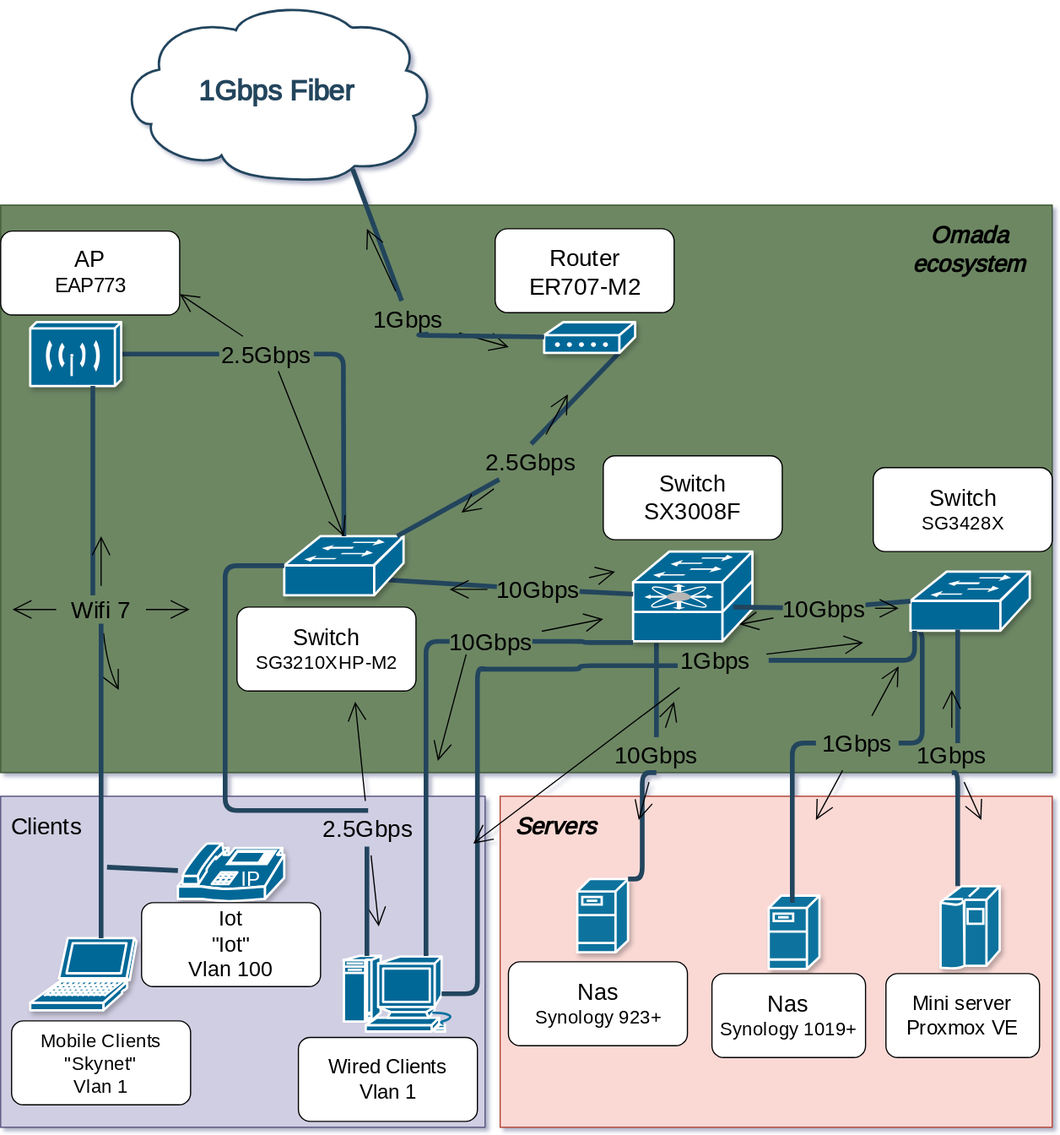
Above: homelab.svg in TimJvandenBerg/homelab (draw.io), before the change. Source tidied: cells renumbered, new cells last; positions are measured from the earlier drawing's top-left corner, leaving out a move shared by most shapes.
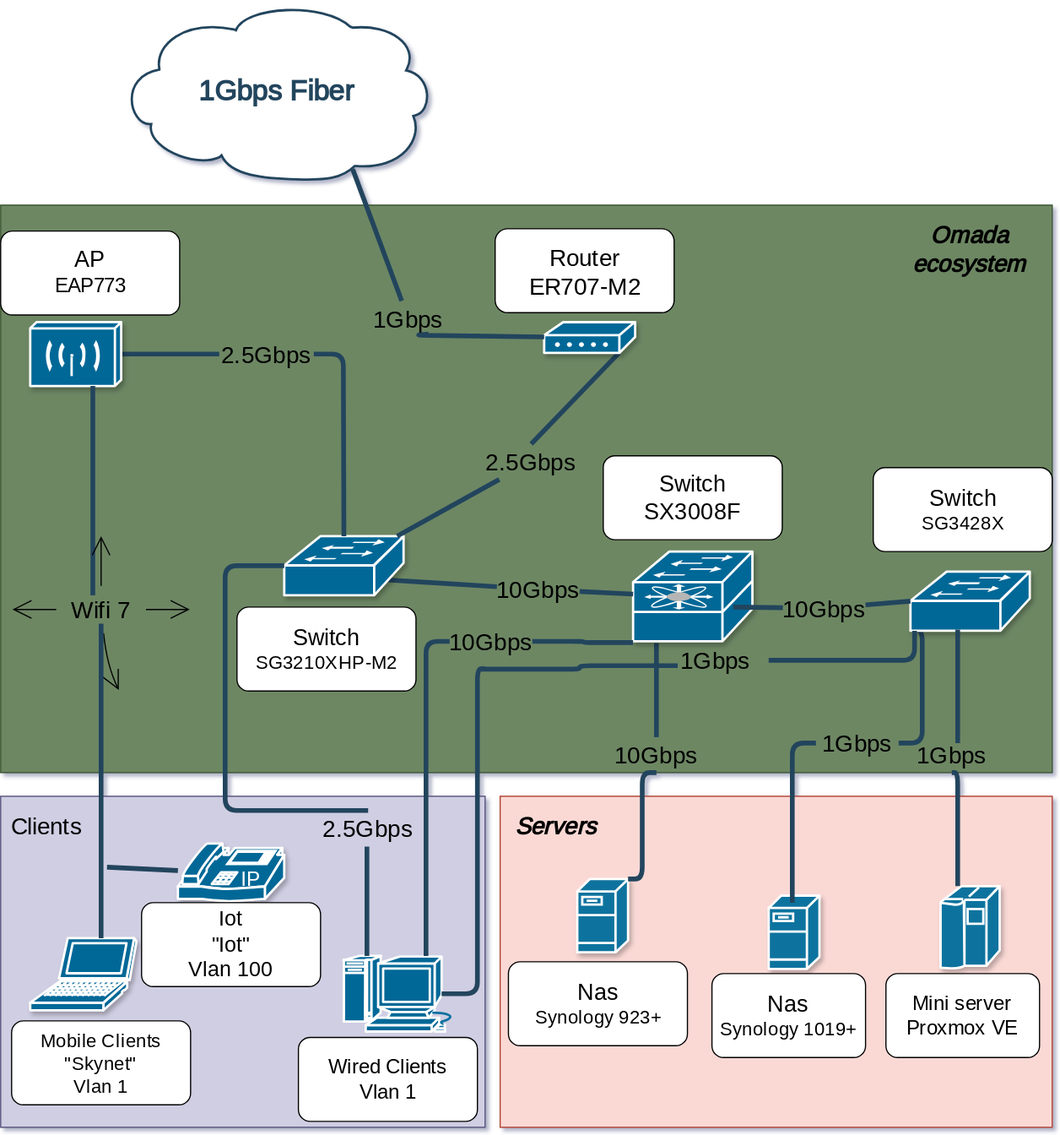
After the change.

The edit, as a diff of the source:
```diff
@@ -70,32 +70,12 @@
     <mxCell id="20" style="elbow=horizontal;endArrow=none;html=1;strokeColor=#23445D;endFill=0;strokeWidth=4;rounded=1;" parent="1" edge="1" source="17" target="23">
       <mxGeometry relative="1" as="geometry" />
     </mxCell>
-    <mxCell id="21" style="edgeStyle=none;curved=1;rounded=0;jettySize=auto;html=1;fontFamily=Architects Daughter;fontSource=https%3A%2F%2Ffonts.googleapis.com%2Fcss%3Ffamily%3DArchitects%2BDaughter;fontSize=16;startSize=14;endArrow=open;endSize=14;sourcePerimeterSpacing=8;targetPerimeterSpacing=8;" parent="1" edge="1" source="23">
-      <mxGeometry relative="1" as="geometry">
-        <mxPoint x="520" y="482" as="targetPoint" />
-      </mxGeometry>
-    </mxCell>
-    <mxCell id="22" style="edgeStyle=none;curved=1;rounded=0;jettySize=auto;html=1;fontFamily=Architects Daughter;fontSource=https%3A%2F%2Ffonts.googleapis.com%2Fcss%3Ffamily%3DArchitects%2BDaughter;fontSize=16;startSize=14;endArrow=open;endSize=14;sourcePerimeterSpacing=8;targetPerimeterSpacing=8;" parent="1" edge="1" source="23">
-      <mxGeometry relative="1" as="geometry">
-        <mxPoint x="380" y="497" as="targetPoint" />
-      </mxGeometry>
-    </mxCell>
     <mxCell id="23" value="&lt;div&gt;10Gbps&lt;/div&gt;" style="text;strokeColor=none;fillColor=none;html=1;align=center;verticalAlign=middle;whiteSpace=wrap;rounded=0;fontSize=20;fontFamily=Architects Daughter;fontSource=https%3A%2F%2Ffonts.googleapis.com%2Fcss%3Ffamily%3DArchitects%2BDaughter;" parent="1" vertex="1">
       <mxGeometry x="420" y="482" width="70" height="30" as="geometry" />
     </mxCell>
     <mxCell id="24" style="elbow=horizontal;endArrow=none;html=1;strokeColor=#23445D;endFill=0;strokeWidth=4;rounded=1;" parent="1" edge="1" source="19" target="27">
       <mxGeometry relative="1" as="geometry" />
     </mxCell>
-    <mxCell id="25" style="edgeStyle=none;curved=1;rounded=0;jettySize=auto;html=1;fontFamily=Architects Daughter;fontSource=https%3A%2F%2Ffonts.googleapis.com%2Fcss%3Ffamily%3DArchitects%2BDaughter;fontSize=16;startSize=14;endArrow=open;endSize=14;sourcePerimeterSpacing=8;targetPerimeterSpacing=8;" parent="1" edge="1" source="27">
-      <mxGeometry relative="1" as="geometry">
-        <mxPoint x="390" y="432" as="targetPoint" />
-      </mxGeometry>
-    </mxCell>
-    <mxCell id="26" style="edgeStyle=none;curved=1;rounded=0;jettySize=auto;html=1;fontFamily=Architects Daughter;fontSource=https%3A%2F%2Ffonts.googleapis.com%2Fcss%3Ffamily%3DArchitects%2BDaughter;fontSize=16;startSize=14;endArrow=open;endSize=14;sourcePerimeterSpacing=8;targetPerimeterSpacing=8;" parent="1" edge="1" source="27">
-      <mxGeometry relative="1" as="geometry">
-        <mxPoint x="480" y="332" as="targetPoint" />
-      </mxGeometry>
-    </mxCell>
     <mxCell id="27" value="2.5Gbps" style="text;strokeColor=none;fillColor=none;html=1;align=center;verticalAlign=middle;whiteSpace=wrap;rounded=0;fontSize=20;fontFamily=Architects Daughter;fontSource=https%3A%2F%2Ffonts.googleapis.com%2Fcss%3Ffamily%3DArchitects%2BDaughter;" parent="1" vertex="1">
       <mxGeometry x="419" y="374" width="60" height="30" as="geometry" />
     </mxCell>
@@ -115,12 +95,6 @@
         </Array>
       </mxGeometry>
     </mxCell>
-    <mxCell id="32" style="edgeStyle=none;curved=1;rounded=0;jettySize=auto;html=1;fontFamily=Architects Daughter;fontSource=https%3A%2F%2Ffonts.googleapis.com%2Fcss%3Ffamily%3DArchitects%2BDaughter;fontSize=16;startSize=14;endArrow=open;endSize=14;sourcePerimeterSpacing=8;targetPerimeterSpacing=8;exitX=0.625;exitY=0.983;exitDx=0;exitDy=0;exitPerimeter=0;entryX=0.5;entryY=0;entryDx=0;entryDy=0;entryPerimeter=0;" parent="1" edge="1" source="34" target="19">
-      <mxGeometry relative="1" as="geometry" />
-    </mxCell>
-    <mxCell id="33" style="edgeStyle=none;curved=1;rounded=0;jettySize=auto;html=1;fontFamily=Architects Daughter;fontSource=https%3A%2F%2Ffonts.googleapis.com%2Fcss%3Ffamily%3DArchitects%2BDaughter;fontSize=16;startSize=14;endArrow=open;endSize=14;sourcePerimeterSpacing=8;targetPerimeterSpacing=8;entryX=1;entryY=0.75;entryDx=0;entryDy=0;exitX=0.25;exitY=0;exitDx=0;exitDy=0;" parent="1" edge="1" source="34" target="30">
-      <mxGeometry relative="1" as="geometry" />
-    </mxCell>
     <mxCell id="34" value="&lt;div&gt;2.5Gbps&lt;/div&gt;" style="text;strokeColor=none;fillColor=none;html=1;align=center;verticalAlign=middle;whiteSpace=wrap;rounded=0;fontSize=20;fontFamily=Architects Daughter;fontSource=https%3A%2F%2Ffonts.googleapis.com%2Fcss%3Ffamily%3DArchitects%2BDaughter;" parent="1" vertex="1">
       <mxGeometry x="185" y="283" width="80" height="30" as="geometry" />
     </mxCell>
@@ -141,27 +115,12 @@
     <mxCell id="39" style="elbow=horizontal;endArrow=none;html=1;strokeColor=#23445D;endFill=0;strokeWidth=4;rounded=1;exitX=0;exitY=0.5;exitDx=0;exitDy=0;exitPerimeter=0;" parent="1" edge="1" source="36" target="41">
       <mxGeometry relative="1" as="geometry" />
     </mxCell>
-    <mxCell id="40" style="edgeStyle=none;curved=1;rounded=0;jettySize=auto;html=1;fontFamily=Architects Daughter;fontSource=https%3A%2F%2Ffonts.googleapis.com%2Fcss%3Ffamily%3DArchitects%2BDaughter;fontSize=16;startSize=14;endArrow=open;endSize=14;sourcePerimeterSpacing=8;targetPerimeterSpacing=8;" parent="1" edge="1" source="41">
-      <mxGeometry relative="1" as="geometry">
-        <mxPoint x="760" y="513" as="targetPoint" />
-      </mxGeometry>
-    </mxCell>
     <mxCell id="41" value="&lt;div&gt;10Gbps&lt;/div&gt;" style="text;strokeColor=none;fillColor=none;html=1;align=center;verticalAlign=middle;whiteSpace=wrap;rounded=0;fontSize=20;fontFamily=Architects Daughter;fontSource=https%3A%2F%2Ffonts.googleapis.com%2Fcss%3Ffamily%3DArchitects%2BDaughter;" parent="1" vertex="1">
       <mxGeometry x="662" y="498" width="70" height="30" as="geometry" />
     </mxCell>
     <mxCell id="42" style="edgeStyle=elbowEdgeStyle;elbow=horizontal;endArrow=none;html=1;strokeColor=#23445D;endFill=0;strokeWidth=4;rounded=1;entryX=0.5;entryY=1;entryDx=0;entryDy=0;exitX=1;exitY=0;exitDx=0;exitDy=0;exitPerimeter=0;" parent="1" edge="1" source="4" target="45">
       <mxGeometry relative="1" as="geometry" />
     </mxCell>
-    <mxCell id="43" style="edgeStyle=none;curved=1;rounded=0;jettySize=auto;html=1;fontFamily=Architects Daughter;fontSource=https%3A%2F%2Ffonts.googleapis.com%2Fcss%3Ffamily%3DArchitects%2BDaughter;fontSize=16;startSize=14;endArrow=open;endSize=14;sourcePerimeterSpacing=8;targetPerimeterSpacing=8;" parent="1" edge="1" source="45">
-      <mxGeometry relative="1" as="geometry">
-        <mxPoint x="570" y="592" as="targetPoint" />
-      </mxGeometry>
-    </mxCell>
-    <mxCell id="44" style="edgeStyle=none;curved=1;rounded=0;jettySize=auto;html=1;fontFamily=Architects Daughter;fontSource=https%3A%2F%2Ffonts.googleapis.com%2Fcss%3Ffamily%3DArchitects%2BDaughter;fontSize=16;startSize=14;endArrow=open;endSize=14;sourcePerimeterSpacing=8;targetPerimeterSpacing=8;" parent="1" edge="1" source="45">
-      <mxGeometry relative="1" as="geometry">
-        <mxPoint x="540" y="692" as="targetPoint" />
-      </mxGeometry>
-    </mxCell>
     <mxCell id="45" value="&lt;div&gt;10Gbps&lt;/div&gt;" style="text;strokeColor=none;fillColor=none;html=1;align=center;verticalAlign=middle;whiteSpace=wrap;rounded=0;fontSize=20;fontFamily=Architects Daughter;fontSource=https%3A%2F%2Ffonts.googleapis.com%2Fcss%3Ffamily%3DArchitects%2BDaughter;" parent="1" vertex="1">
       <mxGeometry x="520" y="622" width="70" height="30" as="geometry" />
     </mxCell>
@@ -174,16 +133,6 @@
         </Array>
       </mxGeometry>
     </mxCell>
-    <mxCell id="47" style="edgeStyle=none;curved=1;rounded=0;jettySize=auto;html=1;fontFamily=Architects Daughter;fontSource=https%3A%2F%2Ffonts.googleapis.com%2Fcss%3Ffamily%3DArchitects%2BDaughter;fontSize=16;startSize=14;endArrow=open;endSize=14;sourcePerimeterSpacing=8;targetPerimeterSpacing=8;" parent="1" edge="1" source="49">
-      <mxGeometry relative="1" as="geometry">
-        <mxPoint x="760" y="562" as="targetPoint" />
-      </mxGeometry>
-    </mxCell>
-    <mxCell id="48" style="edgeStyle=none;curved=1;rounded=0;jettySize=auto;html=1;fontFamily=Architects Daughter;fontSource=https%3A%2F%2Ffonts.googleapis.com%2Fcss%3Ffamily%3DArchitects%2BDaughter;fontSize=16;startSize=14;endArrow=open;endSize=14;sourcePerimeterSpacing=8;targetPerimeterSpacing=8;" parent="1" edge="1" source="49">
-      <mxGeometry relative="1" as="geometry">
-        <mxPoint x="690" y="692" as="targetPoint" />
-      </mxGeometry>
-    </mxCell>
     <mxCell id="49" value="&lt;div&gt;1Gbps&lt;/div&gt;" style="text;strokeColor=none;fillColor=none;html=1;align=center;verticalAlign=middle;whiteSpace=wrap;rounded=0;fontSize=20;fontFamily=Architects Daughter;fontSource=https%3A%2F%2Ffonts.googleapis.com%2Fcss%3Ffamily%3DArchitects%2BDaughter;" parent="1" vertex="1">
       <mxGeometry x="690" y="612" width="70" height="30" as="geometry" />
     </mxCell>
@@ -194,22 +143,9 @@
         </Array>
       </mxGeometry>
     </mxCell>
-    <mxCell id="51" style="edgeStyle=none;curved=1;rounded=0;jettySize=auto;html=1;fontFamily=Architects Daughter;fontSource=https%3A%2F%2Ffonts.googleapis.com%2Fcss%3Ffamily%3DArchitects%2BDaughter;fontSize=16;startSize=14;endArrow=open;endSize=14;sourcePerimeterSpacing=8;targetPerimeterSpacing=8;" parent="1" edge="1" source="53">
-      <mxGeometry relative="1" as="geometry">
-        <mxPoint x="830" y="692" as="targetPoint" />
-      </mxGeometry>
-    </mxCell>
-    <mxCell id="52" style="edgeStyle=none;curved=1;rounded=0;jettySize=auto;html=1;fontFamily=Architects Daughter;fontSource=https%3A%2F%2Ffonts.googleapis.com%2Fcss%3Ffamily%3DArchitects%2BDaughter;fontSize=16;startSize=14;endArrow=open;endSize=14;sourcePerimeterSpacing=8;targetPerimeterSpacing=8;" parent="1" edge="1" source="53">
-      <mxGeometry relative="1" as="geometry">
-        <mxPoint x="805" y="582" as="targetPoint" />
-      </mxGeometry>
-    </mxCell>
     <mxCell id="53" value="&lt;div&gt;1Gbps&lt;/div&gt;" style="text;strokeColor=none;fillColor=none;html=1;align=center;verticalAlign=middle;whiteSpace=wrap;rounded=0;fontSize=20;fontFamily=Architects Daughter;fontSource=https%3A%2F%2Ffonts.googleapis.com%2Fcss%3Ffamily%3DArchitects%2BDaughter;" parent="1" vertex="1">
       <mxGeometry x="770" y="622" width="70" height="30" as="geometry" />
     </mxCell>
-    <mxCell id="54" style="edgeStyle=none;curved=1;rounded=0;jettySize=auto;html=1;entryX=0.89;entryY=0.8;entryDx=0;entryDy=0;entryPerimeter=0;fontFamily=Architects Daughter;fontSource=https%3A%2F%2Ffonts.googleapis.com%2Fcss%3Ffamily%3DArchitects%2BDaughter;fontSize=16;startSize=14;endArrow=open;endSize=14;sourcePerimeterSpacing=8;targetPerimeterSpacing=8;" parent="1" edge="1" source="41" target="17">
-      <mxGeometry relative="1" as="geometry" />
-    </mxCell>
     <mxCell id="55" value="&lt;div&gt;&lt;font style=&quot;font-size: 19px;&quot;&gt;Nas&lt;/font&gt;&lt;/div&gt;&lt;div&gt;&lt;font style=&quot;font-size: 16px;&quot;&gt;Synology 923+&lt;/font&gt;&lt;/div&gt;" style="rounded=1;whiteSpace=wrap;html=1;fontFamily=Architects Daughter;fontSource=https%3A%2F%2Ffonts.googleapis.com%2Fcss%3Ffamily%3DArchitects%2BDaughter;arcSize=14;" parent="1" vertex="1">
       <mxGeometry x="429.8" y="812" width="151.5" height="71" as="geometry" />
     </mxCell>
@@ -309,11 +245,6 @@
         </Array>
       </mxGeometry>
     </mxCell>
-    <mxCell id="78" style="edgeStyle=none;curved=1;rounded=0;jettySize=auto;html=1;fontFamily=Architects Daughter;fontSource=https%3A%2F%2Ffonts.googleapis.com%2Fcss%3Ffamily%3DArchitects%2BDaughter;fontSize=16;startSize=14;endArrow=open;endSize=14;sourcePerimeterSpacing=8;targetPerimeterSpacing=8;" parent="1" edge="1" source="84">
-      <mxGeometry relative="1" as="geometry">
-        <mxPoint x="400" y="712" as="targetPoint" />
-      </mxGeometry>
-    </mxCell>
     <mxCell id="79" style="edgeStyle=elbowEdgeStyle;elbow=horizontal;endArrow=none;html=1;strokeColor=#23445D;endFill=0;strokeWidth=4;rounded=1;exitX=0;exitY=0.5;exitDx=0;exitDy=0;" parent="1" edge="1" source="86" target="73">
       <mxGeometry relative="1" as="geometry">
         <Array as="points">
@@ -321,25 +252,6 @@
         </Array>
       </mxGeometry>
     </mxCell>
-    <mxCell id="80" style="edgeStyle=none;curved=1;rounded=0;jettySize=auto;html=1;fontFamily=Architects Daughter;fontSource=https%3A%2F%2Ffonts.googleapis.com%2Fcss%3Ffamily%3DArchitects%2BDaughter;fontSize=16;startSize=14;endArrow=open;endSize=14;sourcePerimeterSpacing=8;targetPerimeterSpacing=8;" parent="1" edge="1" source="84">
-      <mxGeometry relative="1" as="geometry">
-        <mxPoint x="730" y="542" as="targetPoint" />
-      </mxGeometry>
-    </mxCell>
-    <mxCell id="81" style="edgeStyle=none;curved=1;rounded=0;jettySize=auto;html=1;fontFamily=Architects Daughter;fontSource=https%3A%2F%2Ffonts.googleapis.com%2Fcss%3Ffamily%3DArchitects%2BDaughter;fontSize=16;startSize=14;endArrow=open;endSize=14;sourcePerimeterSpacing=8;targetPerimeterSpacing=8;" parent="1" edge="1" source="86">
-      <mxGeometry relative="1" as="geometry">
-        <mxPoint x="510" y="522" as="targetPoint" />
-        <Array as="points">
-          <mxPoint x="460" y="532" />
-        </Array>
-      </mxGeometry>
-    </mxCell>
-    <mxCell id="82" style="edgeStyle=none;curved=1;rounded=0;orthogonalLoop=1;jettySize=auto;html=1;fontFamily=Architects Daughter;fontSource=https%3A%2F%2Ffonts.googleapis.com%2Fcss%3Ffamily%3DArchitects%2BDaughter;fontSize=16;startSize=14;endArrow=open;endSize=14;sourcePerimeterSpacing=8;targetPerimeterSpacing=8;" parent="1" edge="1">
-      <mxGeometry relative="1" as="geometry">
-        <mxPoint x="394" y="552" as="sourcePoint" />
-        <mxPoint x="370" y="642" as="targetPoint" />
-      </mxGeometry>
-    </mxCell>
     <mxCell id="83" style="edgeStyle=elbowEdgeStyle;elbow=horizontal;endArrow=none;html=1;strokeColor=#23445D;endFill=0;strokeWidth=4;rounded=1;" parent="1" edge="1" source="36">
       <mxGeometry relative="1" as="geometry">
         <mxPoint x="650" y="557" as="targetPoint" />
@@ -357,16 +269,6 @@
     <mxCell id="86" value="&lt;div&gt;10Gbps&lt;/div&gt;" style="text;strokeColor=none;fillColor=none;html=1;align=center;verticalAlign=middle;whiteSpace=wrap;rounded=0;fontSize=20;fontFamily=Architects Daughter;fontSource=https%3A%2F%2Ffonts.googleapis.com%2Fcss%3Ffamily%3DArchitects%2BDaughter;" parent="1" vertex="1">
       <mxGeometry x="380" y="526" width="70" height="30" as="geometry" />
     </mxCell>
-    <mxCell id="87" style="edgeStyle=none;curved=1;rounded=0;jettySize=auto;html=1;fontFamily=Architects Daughter;fontSource=https%3A%2F%2Ffonts.googleapis.com%2Fcss%3Ffamily%3DArchitects%2BDaughter;fontSize=16;startSize=14;endArrow=open;endSize=14;sourcePerimeterSpacing=8;targetPerimeterSpacing=8;" parent="1" edge="1" source="90">
-      <mxGeometry relative="1" as="geometry">
-        <mxPoint x="310" y="192" as="targetPoint" />
-      </mxGeometry>
-    </mxCell>
-    <mxCell id="88" style="edgeStyle=none;curved=1;rounded=0;jettySize=auto;html=1;fontFamily=Architects Daughter;fontSource=https%3A%2F%2Ffonts.googleapis.com%2Fcss%3Ffamily%3DArchitects%2BDaughter;fontSize=16;startSize=14;endArrow=open;endSize=14;sourcePerimeterSpacing=8;targetPerimeterSpacing=8;" parent="1" edge="1" source="90">
-      <mxGeometry relative="1" as="geometry">
-        <mxPoint x="430" y="292" as="targetPoint" />
-      </mxGeometry>
-    </mxCell>
     <mxCell id="89" style="elbow=horizontal;endArrow=none;html=1;strokeColor=#23445D;endFill=0;strokeWidth=4;rounded=1;entryX=0.744;entryY=0.937;entryDx=0;entryDy=0;entryPerimeter=0;" parent="1" edge="1" source="14" target="90">
       <mxGeometry relative="1" as="geometry">
         <Array as="points">
@@ -384,16 +286,6 @@
         </Array>
       </mxGeometry>
     </mxCell>
-    <mxCell id="92" style="edgeStyle=none;curved=1;rounded=0;jettySize=auto;html=1;fontFamily=Architects Daughter;fontSource=https%3A%2F%2Ffonts.googleapis.com%2Fcss%3Ffamily%3DArchitects%2BDaughter;fontSize=16;startSize=14;endArrow=open;endSize=14;sourcePerimeterSpacing=8;targetPerimeterSpacing=8;" parent="1" edge="1" source="94">
-      <mxGeometry relative="1" as="geometry">
-        <mxPoint x="320" y="782" as="targetPoint" />
-      </mxGeometry>
-    </mxCell>
-    <mxCell id="93" style="edgeStyle=none;curved=1;rounded=0;jettySize=auto;html=1;fontFamily=Architects Daughter;fontSource=https%3A%2F%2Ffonts.googleapis.com%2Fcss%3Ffamily%3DArchitects%2BDaughter;fontSize=16;startSize=14;endArrow=open;endSize=14;sourcePerimeterSpacing=8;targetPerimeterSpacing=8;" parent="1" edge="1" source="94">
-      <mxGeometry relative="1" as="geometry">
-        <mxPoint x="300" y="592" as="targetPoint" />
-      </mxGeometry>
-    </mxCell>
     <mxCell id="94" value="2.5Gbps" style="text;strokeColor=none;fillColor=none;html=1;align=center;verticalAlign=middle;whiteSpace=wrap;rounded=0;fontSize=20;fontFamily=Architects Daughter;fontSource=https%3A%2F%2Ffonts.googleapis.com%2Fcss%3Ffamily%3DArchitects%2BDaughter;" parent="1" vertex="1">
       <mxGeometry x="281" y="684" width="60" height="30" as="geometry" />
     </mxCell>
```
